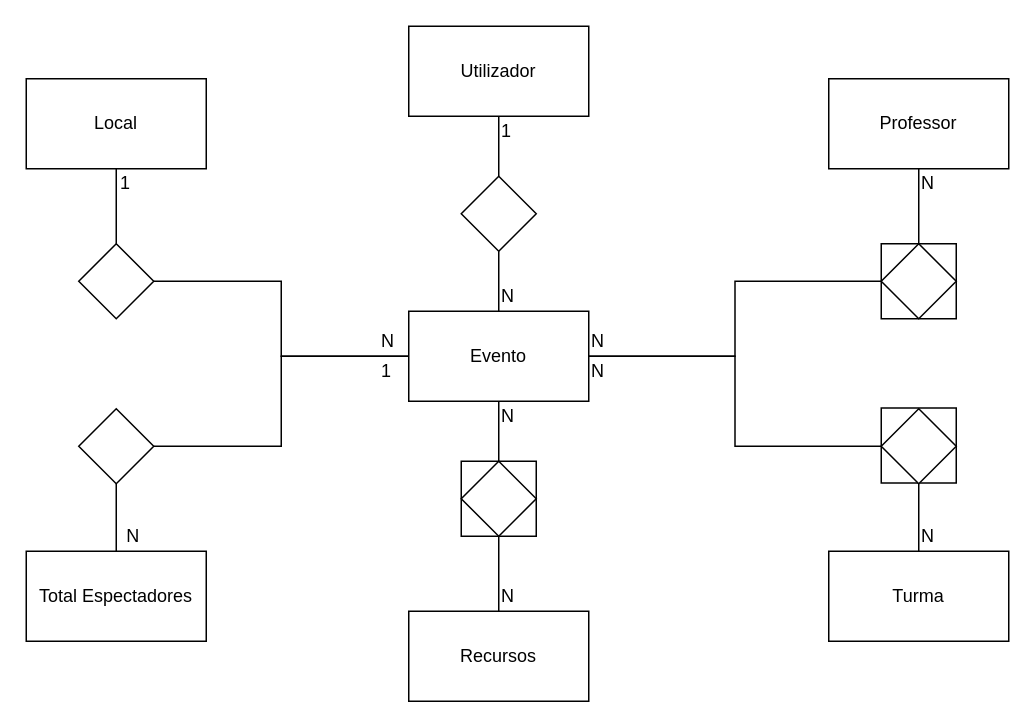
Earlier version of the draw.io diagram page "Page-1" (1 of 2) of Documentos/Base de Dados/Modelo ER.drawio (AlexJeron/PAP). Source tidied: cells renumbered, new cells numbered last; positions are measured from the earlier drawing's top-left corner, leaving out a move shared by most shapes. Both pictures are drawn from the tidied source at 150%, with x=0, y=0 at pixel (26, 26).
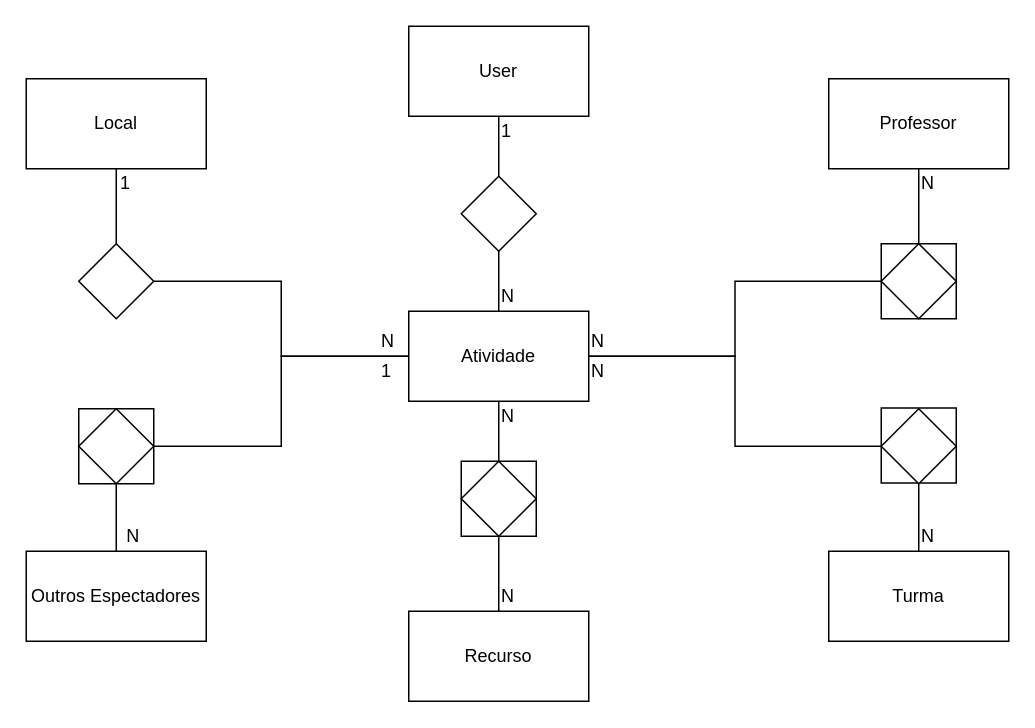
Above is the later version.

Diff of the diagram source:
```diff
@@
+    <mxCell id="43" style="whiteSpace=wrap;html=1;" parent="1" vertex="1">
+      <mxGeometry x="35" y="255" width="50" height="50" as="geometry" />
+    </mxCell>
@@
-    <mxCell id="10" value="Evento" style="rounded=0;whiteSpace=wrap;html=1;" parent="1" vertex="1">
+    <mxCell id="10" value="Atividade" style="rounded=0;whiteSpace=wrap;html=1;" parent="1" vertex="1">
       <mxGeometry x="255" y="190" width="120" height="60" as="geometry" />
     </mxCell>
@@
-    <mxCell id="12" value="Utilizador" style="rounded=0;whiteSpace=wrap;html=1;" parent="1" vertex="1">
+    <mxCell id="12" value="User" style="rounded=0;whiteSpace=wrap;html=1;" parent="1" vertex="1">
       <mxGeometry x="255" width="120" height="60" as="geometry" />
     </mxCell>
@@
-    <mxCell id="16" value="Recursos" style="rounded=0;whiteSpace=wrap;html=1;" parent="1" vertex="1">
+    <mxCell id="16" value="Recurso" style="rounded=0;whiteSpace=wrap;html=1;" parent="1" vertex="1">
       <mxGeometry x="255" y="390" width="120" height="60" as="geometry" />
     </mxCell>
@@
-    <mxCell id="37" value="Total Espectadores" style="rounded=0;whiteSpace=wrap;html=1;" parent="1" vertex="1">
+    <mxCell id="37" value="Outros Espectadores" style="rounded=0;whiteSpace=wrap;html=1;" parent="1" vertex="1">
       <mxGeometry y="350" width="120" height="60" as="geometry" />
     </mxCell>
```
